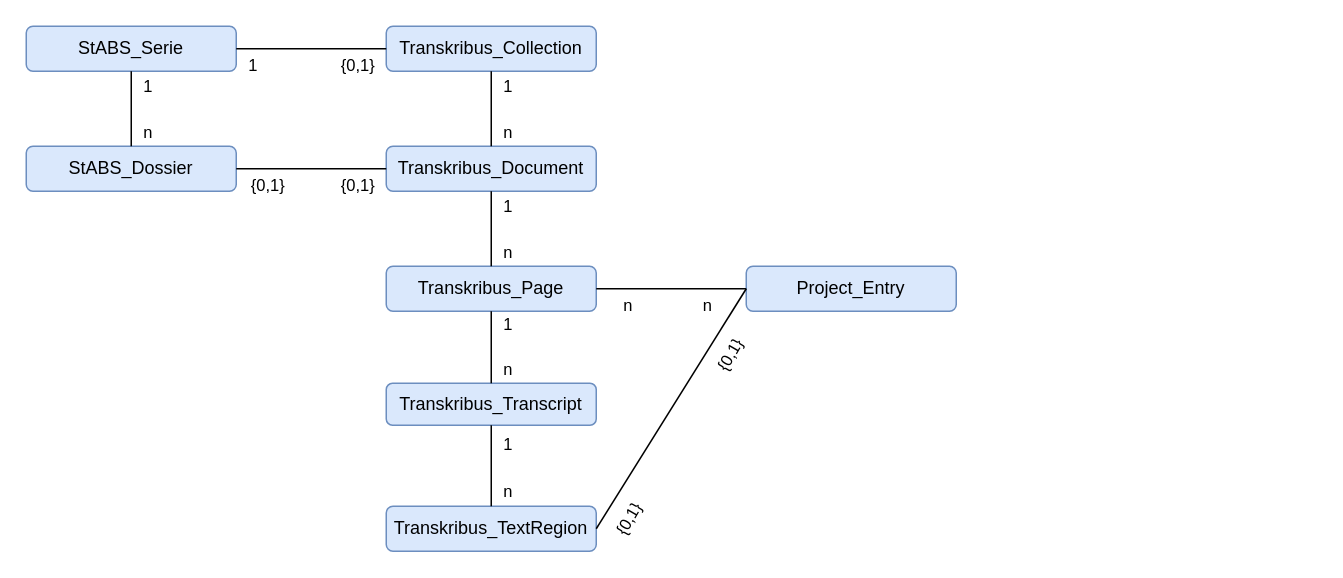
Before: entityRelations.drawio in history-unibas/Postgresql-Project-Database, a draw.io diagram. Source tidied: cells renumbered, new cells numbered last; positions are measured from the earlier drawing's top-left corner, leaving out a move shared by most shapes. Both pictures are drawn from the tidied source at 150%, with x=0, y=0 at pixel (26, 26).
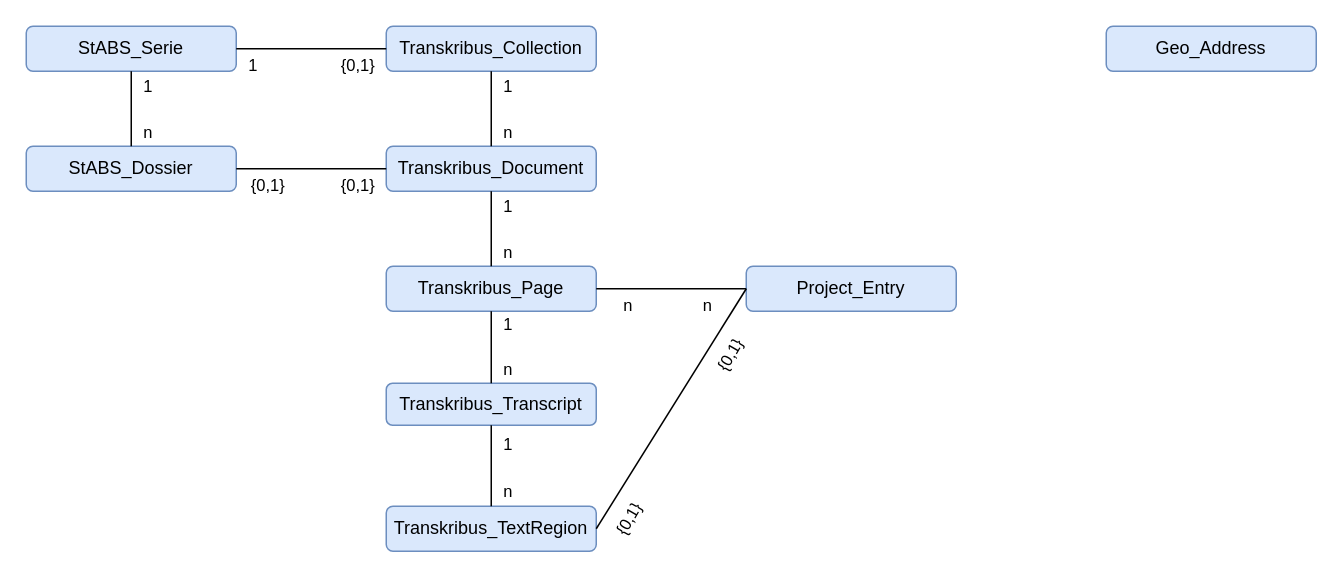
The same page after the edit.

Commit message (it also covers changes not shown here):
add entity geo_address

Diff of the diagram source:
```diff
@@
+    <mxCell id="37" value="Geo_Address" style="rounded=1;whiteSpace=wrap;html=1;fillColor=#dae8fc;strokeColor=#6c8ebf;" parent="1" vertex="1">
+      <mxGeometry x="720" width="140" height="30" as="geometry" />
+    </mxCell>
```
